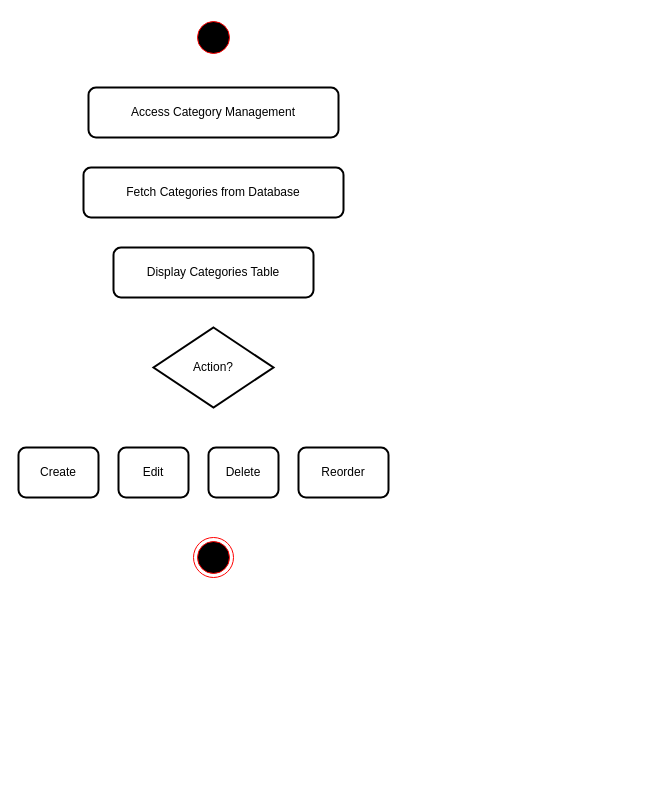
tdat-dev/UniMarket keeps this draw.io diagram as page "Category Management" (4 of 6) of draw/AdminActivities.drawio. Above is the earlier version. Source tidied: cells renumbered, new cells numbered last; positions are measured from the earlier drawing's top-left corner, leaving out a move shared by most shapes. Both pictures are drawn from the tidied source at 100%, with x=0, y=0 at pixel (18, 17).
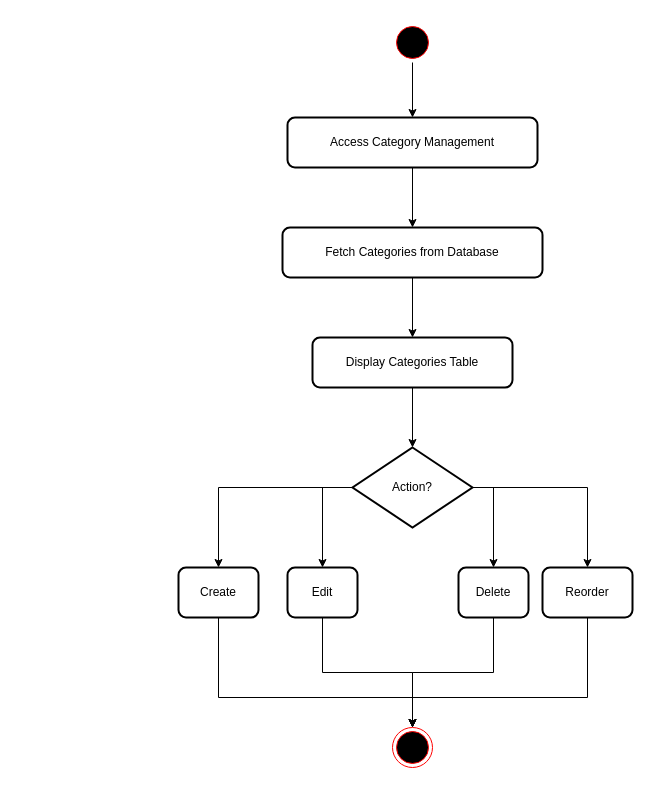
After the change.

Diff of the diagram source:
```diff
@@
+    <mxCell id="12" style="edgeStyle=orthogonalEdgeStyle;rounded=0;jettySize=auto;html=1;" parent="1" edge="1" source="2" target="3">
+      <mxGeometry relative="1" as="geometry" />
+    </mxCell>
     <mxCell id="2" style="ellipse;html=1;shape=startState;fillColor=#000000;strokeColor=#ff0000;" parent="1" vertex="1">
-      <mxGeometry x="175" width="40" height="40" as="geometry" />
+      <mxGeometry x="374" y="5" width="40" height="40" as="geometry" />
     </mxCell>
+    <mxCell id="13" style="edgeStyle=orthogonalEdgeStyle;rounded=0;jettySize=auto;html=1;" parent="1" edge="1" source="3" target="4">
+      <mxGeometry relative="1" as="geometry" />
+    </mxCell>
     <mxCell id="3" value="Access Category Management" style="rounded=1;whiteSpace=wrap;html=1;strokeWidth=2;" parent="1" vertex="1">
-      <mxGeometry x="70" y="70" width="250" height="50" as="geometry" />
+      <mxGeometry x="269" y="100" width="250" height="50" as="geometry" />
     </mxCell>
+    <mxCell id="14" style="edgeStyle=orthogonalEdgeStyle;rounded=0;jettySize=auto;html=1;" parent="1" edge="1" source="4" target="5">
+      <mxGeometry relative="1" as="geometry" />
+    </mxCell>
     <mxCell id="4" value="Fetch Categories from Database" style="rounded=1;whiteSpace=wrap;html=1;strokeWidth=2;" parent="1" vertex="1">
-      <mxGeometry x="65" y="150" width="260" height="50" as="geometry" />
+      <mxGeometry x="264" y="210" width="260" height="50" as="geometry" />
     </mxCell>
+    <mxCell id="15" style="edgeStyle=orthogonalEdgeStyle;rounded=0;jettySize=auto;html=1;" parent="1" edge="1" source="5" target="6">
+      <mxGeometry relative="1" as="geometry" />
+    </mxCell>
     <mxCell id="5" value="Display Categories Table" style="rounded=1;whiteSpace=wrap;html=1;strokeWidth=2;" parent="1" vertex="1">
-      <mxGeometry x="95" y="230" width="200" height="50" as="geometry" />
+      <mxGeometry x="294" y="320" width="200" height="50" as="geometry" />
     </mxCell>
+    <mxCell id="16" style="edgeStyle=orthogonalEdgeStyle;rounded=0;jettySize=auto;html=1;exitX=0;exitY=0.5;exitDx=0;exitDy=0;entryX=0.5;entryY=0;entryDx=0;entryDy=0;" parent="1" edge="1" source="6" target="7">
+      <mxGeometry relative="1" as="geometry" />
+    </mxCell>
+    <mxCell id="17" style="edgeStyle=orthogonalEdgeStyle;rounded=0;jettySize=auto;html=1;exitX=0;exitY=0.5;exitDx=0;exitDy=0;entryX=0.5;entryY=0;entryDx=0;entryDy=0;" parent="1" edge="1" source="6" target="8">
+      <mxGeometry relative="1" as="geometry" />
+    </mxCell>
+    <mxCell id="18" style="edgeStyle=orthogonalEdgeStyle;rounded=0;jettySize=auto;html=1;exitX=1;exitY=0.5;exitDx=0;exitDy=0;entryX=0.5;entryY=0;entryDx=0;entryDy=0;" parent="1" edge="1" source="6" target="9">
+      <mxGeometry relative="1" as="geometry" />
+    </mxCell>
+    <mxCell id="19" style="edgeStyle=orthogonalEdgeStyle;rounded=0;jettySize=auto;html=1;exitX=1;exitY=0.5;exitDx=0;exitDy=0;entryX=0.5;entryY=0;entryDx=0;entryDy=0;" parent="1" edge="1" source="6" target="10">
+      <mxGeometry relative="1" as="geometry" />
+    </mxCell>
     <mxCell id="6" value="Action?" style="rhombus;whiteSpace=wrap;html=1;strokeWidth=2;" parent="1" vertex="1">
-      <mxGeometry x="135" y="310" width="120" height="80" as="geometry" />
+      <mxGeometry x="334" y="430" width="120" height="80" as="geometry" />
     </mxCell>
+    <mxCell id="20" style="edgeStyle=orthogonalEdgeStyle;rounded=0;jettySize=auto;html=1;exitX=0.5;exitY=1;exitDx=0;exitDy=0;entryX=0.5;entryY=0;entryDx=0;entryDy=0;" parent="1" edge="1" source="7" target="11">
+      <mxGeometry relative="1" as="geometry">
+        <Array as="points">
+          <mxPoint x="200" y="680" />
+          <mxPoint x="394" y="680" />
+        </Array>
+      </mxGeometry>
+    </mxCell>
     <mxCell id="7" value="Create" style="rounded=1;whiteSpace=wrap;html=1;strokeWidth=2;" parent="1" vertex="1">
-      <mxGeometry y="430" width="80" height="50" as="geometry" />
+      <mxGeometry x="160" y="550" width="80" height="50" as="geometry" />
     </mxCell>
+    <mxCell id="21" style="edgeStyle=orthogonalEdgeStyle;rounded=0;jettySize=auto;html=1;exitX=0.5;exitY=1;exitDx=0;exitDy=0;entryX=0.5;entryY=0;entryDx=0;entryDy=0;" parent="1" edge="1" source="8" target="11">
+      <mxGeometry relative="1" as="geometry" />
+    </mxCell>
     <mxCell id="8" value="Edit" style="rounded=1;whiteSpace=wrap;html=1;strokeWidth=2;" parent="1" vertex="1">
-      <mxGeometry x="100" y="430" width="70" height="50" as="geometry" />
+      <mxGeometry x="269" y="550" width="70" height="50" as="geometry" />
     </mxCell>
+    <mxCell id="22" style="edgeStyle=orthogonalEdgeStyle;rounded=0;jettySize=auto;html=1;exitX=0.5;exitY=1;exitDx=0;exitDy=0;entryX=0.5;entryY=0;entryDx=0;entryDy=0;" parent="1" edge="1" source="9" target="11">
+      <mxGeometry relative="1" as="geometry" />
+    </mxCell>
     <mxCell id="9" value="Delete" style="rounded=1;whiteSpace=wrap;html=1;strokeWidth=2;" parent="1" vertex="1">
-      <mxGeometry x="190" y="430" width="70" height="50" as="geometry" />
+      <mxGeometry x="440" y="550" width="70" height="50" as="geometry" />
     </mxCell>
+    <mxCell id="23" style="edgeStyle=orthogonalEdgeStyle;rounded=0;jettySize=auto;html=1;exitX=0.5;exitY=1;exitDx=0;exitDy=0;entryX=0.5;entryY=0;entryDx=0;entryDy=0;" parent="1" edge="1" source="10" target="11">
+      <mxGeometry relative="1" as="geometry">
+        <Array as="points">
+          <mxPoint x="569" y="680" />
+          <mxPoint x="394" y="680" />
+        </Array>
+      </mxGeometry>
+    </mxCell>
     <mxCell id="10" value="Reorder" style="rounded=1;whiteSpace=wrap;html=1;strokeWidth=2;" parent="1" vertex="1">
-      <mxGeometry x="280" y="430" width="90" height="50" as="geometry" />
+      <mxGeometry x="524" y="550" width="90" height="50" as="geometry" />
     </mxCell>
     <mxCell id="11" style="ellipse;html=1;shape=endState;fillColor=#000000;strokeColor=#ff0000;" parent="1" vertex="1">
-      <mxGeometry x="175" y="520" width="40" height="40" as="geometry" />
+      <mxGeometry x="374" y="710" width="40" height="40" as="geometry" />
     </mxCell>
```
